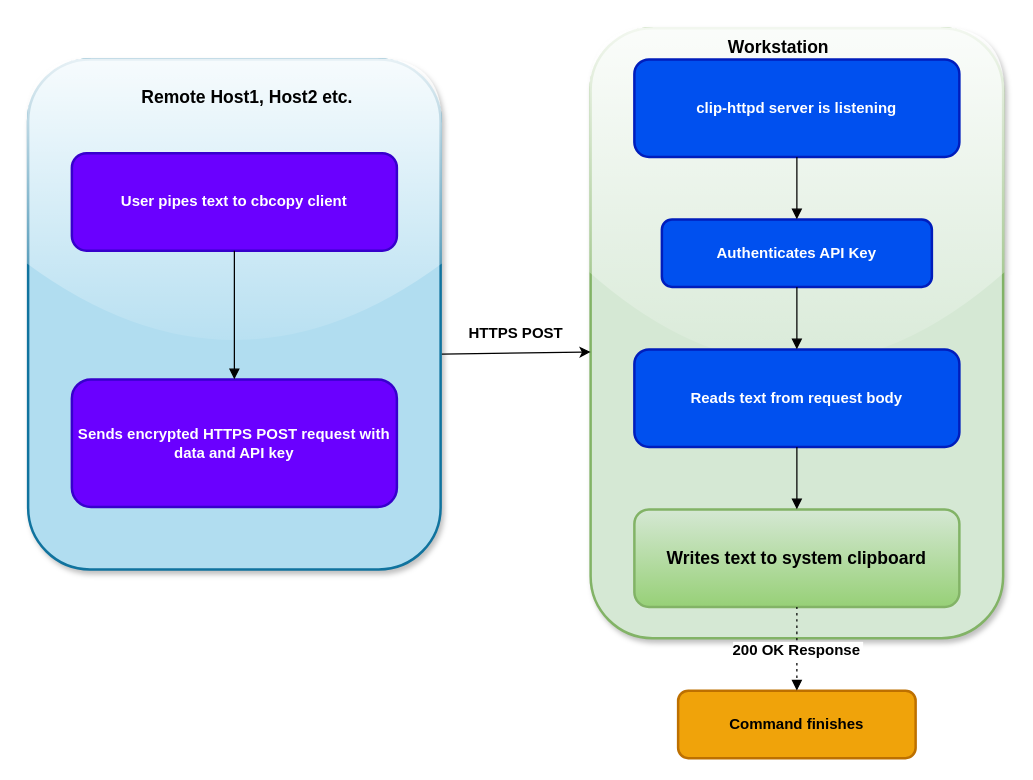
Before: images/clip-httpd-flow.drawio in muquit/clip-httpd, a draw.io diagram. Source tidied: cells renumbered, new cells numbered last; positions are measured from the earlier drawing's top-left corner, leaving out a move shared by most shapes. Both pictures are drawn from the tidied source at 125%, with x=0, y=0 at pixel (28, 28).
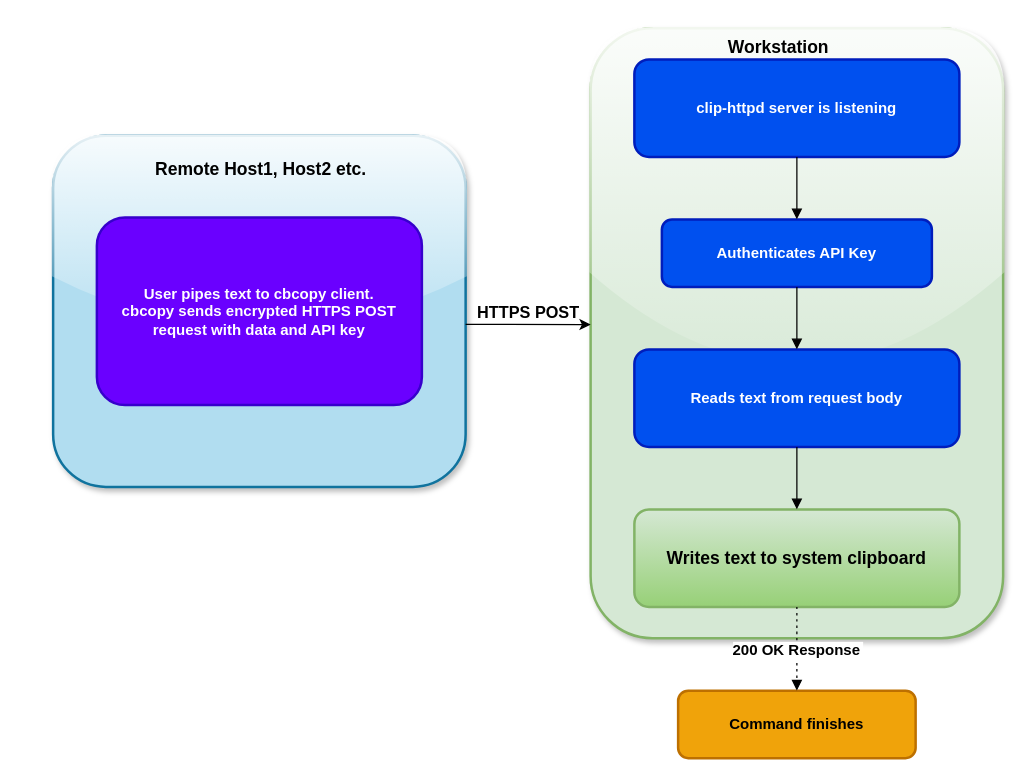
Above is the later version.

Commit message (it also covers changes not shown here):
Update flow diagram

The change refers to these unchanged cells:
```xml
<mxCell id="2" style="whiteSpace=wrap;strokeWidth=2;rounded=1;fillColor=#d5e8d4;strokeColor=#82b366;glass=1;shadow=1;" parent="1" vertex="1">
  <mxGeometry x="450" width="330" height="488" as="geometry" />
</mxCell>
```

The edit, as a diff of the source:
```diff
@@
     <mxCell id="3" style="whiteSpace=wrap;strokeWidth=2;rounded=1;fillColor=#b1ddf0;strokeColor=#10739e;glass=1;shadow=1;" parent="1" vertex="1">
-      <mxGeometry y="25" width="330" height="408" as="geometry" />
+      <mxGeometry x="20" y="86" width="330" height="281" as="geometry" />
     </mxCell>
-    <mxCell id="4" value="User pipes text to cbcopy client" style="whiteSpace=wrap;strokeWidth=2;rounded=1;fillColor=#6a00ff;fontColor=#ffffff;strokeColor=#3700CC;fontStyle=1;" parent="1" vertex="1">
-      <mxGeometry x="35" y="100" width="260" height="78" as="geometry" />
+    <mxCell id="4" value="User pipes text to cbcopy client.&#10;cbcopy sends encrypted HTTPS POST request with data and API key" style="whiteSpace=wrap;strokeWidth=2;rounded=1;fillColor=#6a00ff;fontColor=#ffffff;strokeColor=#3700CC;fontStyle=1;" parent="1" vertex="1">
+      <mxGeometry x="55" y="151.5" width="260" height="150" as="geometry" />
     </mxCell>
-    <mxCell id="5" value="Sends encrypted HTTPS POST request with data and API key" style="whiteSpace=wrap;strokeWidth=2;rounded=1;fillColor=#6a00ff;fontColor=#ffffff;strokeColor=#3700CC;fontStyle=1;" parent="1" vertex="1">
-      <mxGeometry x="35" y="281" width="260" height="102" as="geometry" />
-    </mxCell>
@@
-    <mxCell id="11" style="curved=1;startArrow=none;endArrow=block;exitX=0.5;exitY=1;entryX=0.5;entryY=0;rounded=0;entryDx=0;entryDy=0;" parent="1" edge="1" source="4" target="5">
-      <mxGeometry relative="1" as="geometry" />
-    </mxCell>
@@
     <mxCell id="16" value="&lt;b&gt;&lt;font style=&quot;font-size: 14px;&quot;&gt;Remote Host1, Host2 etc.&lt;/font&gt;&lt;/b&gt;" style="text;html=1;align=center;verticalAlign=middle;strokeColor=none;fillColor=none;" parent="1" vertex="1">
-      <mxGeometry x="80" y="40" width="190" height="30" as="geometry" />
+      <mxGeometry x="91" y="98" width="190" height="30" as="geometry" />
     </mxCell>
@@
-    <mxCell id="18" style="endArrow=classic;html=1;rounded=0;exitX=1.009;exitY=0.578;exitDx=0;exitDy=0;exitPerimeter=0;entryX=0;entryY=0.531;entryDx=0;entryDy=0;entryPerimeter=0;" parent="1" edge="1" target="2">
-      <mxGeometry relative="1" as="geometry">
-        <mxPoint x="331" y="260.8" as="sourcePoint" />
-      </mxGeometry>
-    </mxCell>
+    <mxCell id="20" style="endArrow=classic;html=1;rounded=0;exitX=1;exitY=0.537;exitDx=0;exitDy=0;exitPerimeter=0;entryX=0;entryY=0.486;entryDx=0;entryDy=0;entryPerimeter=0;" parent="1" edge="1" source="3" target="2">
+      <mxGeometry relative="1" as="geometry" />
+    </mxCell>
-    <mxCell id="19" value="HTTPS POST" style="text;html=1;align=center;verticalAlign=middle;strokeColor=none;fillColor=none;fontStyle=1;" parent="1" vertex="1">
-      <mxGeometry x="340" y="229" width="100" height="30" as="geometry" />
+    <mxCell id="19" value="HTTPS POST" style="text;html=1;align=center;verticalAlign=middle;strokeColor=none;fillColor=none;fontStyle=1;fontSize=13;" parent="1" vertex="1">
+      <mxGeometry x="345" y="211.5" width="110" height="30" as="geometry" />
     </mxCell>
```
